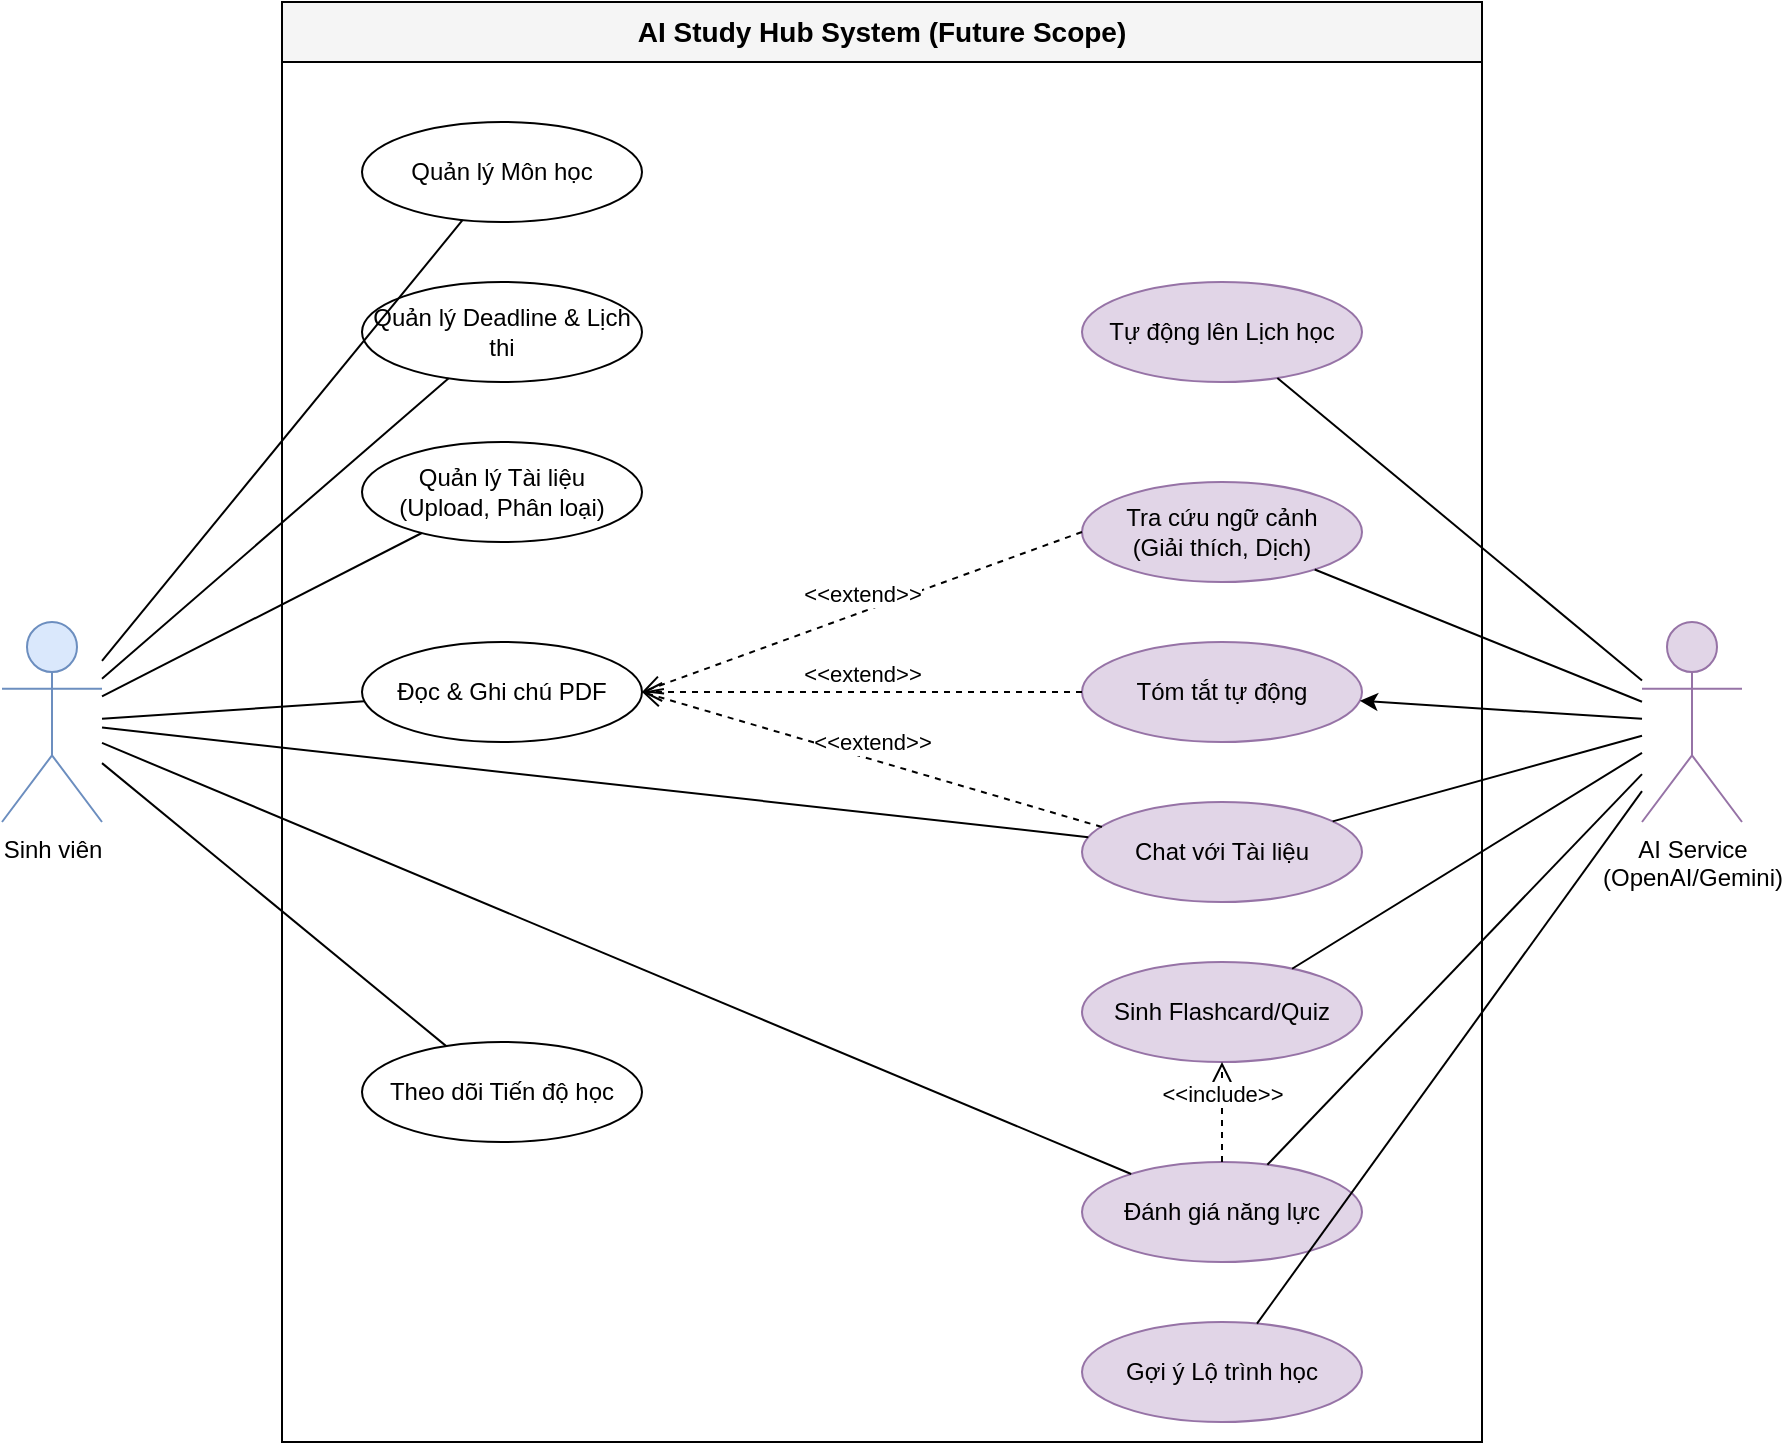
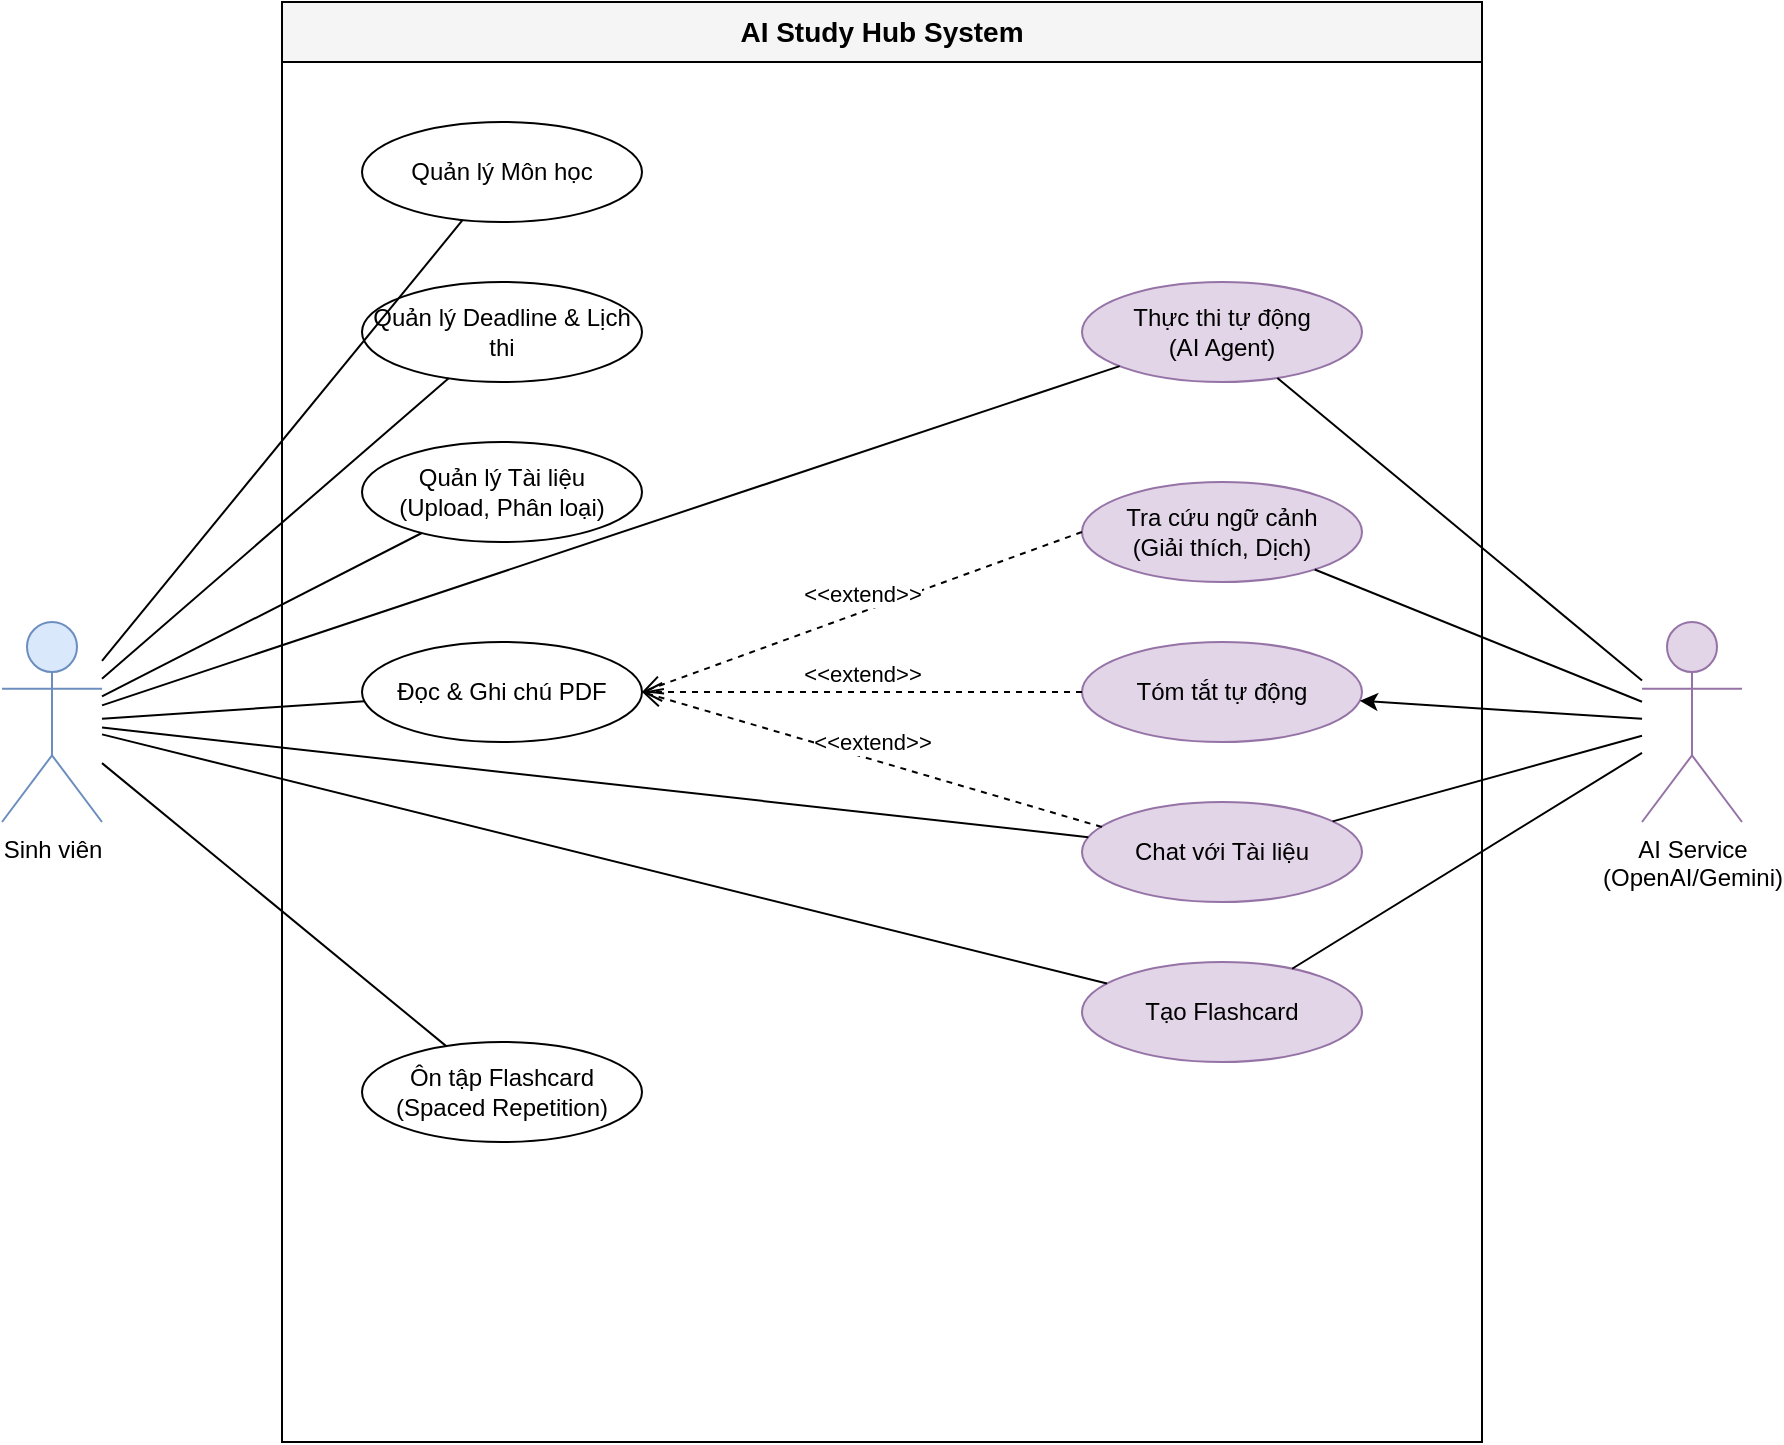
<mxfile host="Electron" agent="Mozilla/5.0 (Windows NT 10.0; Win64; x64) AppleWebKit/537.36 (KHTML, like Gecko) draw.io/29.6.6 Chrome/144.0.7559.236 Electron/40.8.4 Safari/537.36" version="29.6.6">
  <diagram id="UC_Diagram" name="Use Case Diagram">
    <mxGraphModel dx="1303" dy="783" grid="1" gridSize="10" guides="1" tooltips="1" connect="1" arrows="1" fold="1" page="1" pageScale="1" pageWidth="1169" pageHeight="827" math="0" shadow="0">
      <root>
        <mxCell id="0" />
        <mxCell id="1" parent="0" />
-         <mxCell id="system" parent="1" style="swimlane;whiteSpace=wrap;html=1;startSize=30;fillColor=#f5f5f5;fontStyle=1;fontSize=14;" value="AI Study Hub System (Future Scope)" vertex="1">
+         <mxCell id="system" parent="1" style="swimlane;whiteSpace=wrap;html=1;startSize=30;fillColor=#f5f5f5;fontStyle=1;fontSize=14;" value="AI Study Hub System" vertex="1">
          <mxGeometry height="720" width="600" x="180" y="50" as="geometry" />
        </mxCell>
        <mxCell id="uc_manage_course" parent="system" style="ellipse;whiteSpace=wrap;html=1;" value="Quản lý Môn học" vertex="1">
          <mxGeometry height="50" width="140" x="40" y="60" as="geometry" />
        </mxCell>
        <mxCell id="uc_manage_deadline" parent="system" style="ellipse;whiteSpace=wrap;html=1;" value="Quản lý Deadline &amp; Lịch thi" vertex="1">
          <mxGeometry height="50" width="140" x="40" y="140" as="geometry" />
        </mxCell>
        <mxCell id="uc_manage_doc" parent="system" style="ellipse;whiteSpace=wrap;html=1;" value="Quản lý Tài liệu&#xa;(Upload, Phân loại)" vertex="1">
          <mxGeometry height="50" width="140" x="40" y="220" as="geometry" />
        </mxCell>
        <mxCell id="uc_read_pdf" parent="system" style="ellipse;whiteSpace=wrap;html=1;" value="Đọc &amp; Ghi chú PDF" vertex="1">
          <mxGeometry height="50" width="140" x="40" y="320" as="geometry" />
        </mxCell>
-         <mxCell id="uc_track_progress" parent="system" style="ellipse;whiteSpace=wrap;html=1;" value="Theo dõi Tiến độ học" vertex="1">
+         <mxCell id="uc_track_progress" parent="system" style="ellipse;whiteSpace=wrap;html=1;" value="Ôn tập Flashcard&#xa;(Spaced Repetition)" vertex="1">
          <mxGeometry height="50" width="140" x="40" y="520" as="geometry" />
        </mxCell>
-         <mxCell id="uc_auto_schedule" parent="system" style="ellipse;whiteSpace=wrap;html=1;fillColor=#e1d5e7;strokeColor=#9673a6;" value="Tự động lên Lịch học" vertex="1">
+         <mxCell id="uc_ai_agent" parent="system" style="ellipse;whiteSpace=wrap;html=1;fillColor=#e1d5e7;strokeColor=#9673a6;" value="Thực thi tự động&#xa;(AI Agent)" vertex="1">
          <mxGeometry height="50" width="140" x="400" y="140" as="geometry" />
        </mxCell>
        <mxCell id="uc_context_lookup" parent="system" style="ellipse;whiteSpace=wrap;html=1;fillColor=#e1d5e7;strokeColor=#9673a6;" value="Tra cứu ngữ cảnh&#xa;(Giải thích, Dịch)" vertex="1">
          <mxGeometry height="50" width="140" x="400" y="240" as="geometry" />
        </mxCell>
        <mxCell id="uc_auto_summary" parent="system" style="ellipse;whiteSpace=wrap;html=1;fillColor=#e1d5e7;strokeColor=#9673a6;" value="Tóm tắt tự động" vertex="1">
          <mxGeometry height="50" width="140" x="400" y="320" as="geometry" />
        </mxCell>
        <mxCell id="uc_ai_chat" parent="system" style="ellipse;whiteSpace=wrap;html=1;fillColor=#e1d5e7;strokeColor=#9673a6;" value="Chat với Tài liệu" vertex="1">
          <mxGeometry height="50" width="140" x="400" y="400" as="geometry" />
        </mxCell>
-         <mxCell id="uc_auto_flashcard" parent="system" style="ellipse;whiteSpace=wrap;html=1;fillColor=#e1d5e7;strokeColor=#9673a6;" value="Sinh Flashcard/Quiz" vertex="1">
+         <mxCell id="uc_auto_flashcard" parent="system" style="ellipse;whiteSpace=wrap;html=1;fillColor=#e1d5e7;strokeColor=#9673a6;" value="Tạo Flashcard" vertex="1">
          <mxGeometry height="50" width="140" x="400" y="480" as="geometry" />
        </mxCell>
-         <mxCell id="uc_evaluate_knowledge" parent="system" style="ellipse;whiteSpace=wrap;html=1;fillColor=#e1d5e7;strokeColor=#9673a6;" value="Đánh giá năng lực" vertex="1">
-           <mxGeometry height="50" width="140" x="400" y="580" as="geometry" />
-         </mxCell>
-         <mxCell id="uc_learning_path" parent="system" style="ellipse;whiteSpace=wrap;html=1;fillColor=#e1d5e7;strokeColor=#9673a6;" value="Gợi ý Lộ trình học" vertex="1">
-           <mxGeometry height="50" width="140" x="400" y="660" as="geometry" />
-         </mxCell>
+ 
        <mxCell id="ext1" edge="1" parent="system" source="uc_context_lookup" style="html=1;verticalAlign=bottom;endArrow=open;dashed=1;endSize=8;exitX=0;exitY=0.5;entryX=1;entryY=0.5;" target="uc_read_pdf" value="&amp;lt;&amp;lt;extend&amp;gt;&amp;gt;">
          <mxGeometry relative="1" as="geometry" />
        </mxCell>
        <mxCell id="ext2" edge="1" parent="system" source="uc_auto_summary" style="html=1;verticalAlign=bottom;endArrow=open;dashed=1;endSize=8;exitX=0;exitY=0.5;entryX=1;entryY=0.5;" target="uc_read_pdf" value="&amp;lt;&amp;lt;extend&amp;gt;&amp;gt;">
          <mxGeometry relative="1" as="geometry" />
        </mxCell>
        <mxCell id="ext3" edge="1" parent="system" source="uc_ai_chat" style="html=1;verticalAlign=bottom;endArrow=open;dashed=1;endSize=8;exitX=0.071;exitY=0.25;entryX=1;entryY=0.5;exitDx=0;exitDy=0;exitPerimeter=0;" target="uc_read_pdf" value="&amp;lt;&amp;lt;extend&amp;gt;&amp;gt;">
          <mxGeometry relative="1" as="geometry" />
        </mxCell>
-         <mxCell id="inc1" edge="1" parent="system" source="uc_evaluate_knowledge" style="html=1;verticalAlign=bottom;endArrow=open;dashed=1;endSize=8;exitX=0.5;exitY=0;entryX=0.5;entryY=1;" target="uc_auto_flashcard" value="&amp;lt;&amp;lt;include&amp;gt;&amp;gt;">
-           <mxGeometry relative="1" as="geometry" />
-         </mxCell>
+ 
        <mxCell id="actor_student" parent="1" style="shape=umlActor;verticalLabelPosition=bottom;verticalAlign=top;html=1;outlineConnect=0;fillColor=#dae8fc;strokeColor=#6c8ebf;" value="Sinh viên" vertex="1">
          <mxGeometry height="100" width="50" x="40" y="360" as="geometry" />
        </mxCell>
        <mxCell id="actor_ai" parent="1" style="shape=umlActor;verticalLabelPosition=bottom;verticalAlign=top;html=1;outlineConnect=0;fillColor=#e1d5e7;strokeColor=#9673a6;" value="AI Service&#xa;(OpenAI/Gemini)" vertex="1">
          <mxGeometry height="100" width="50" x="860" y="360" as="geometry" />
        </mxCell>
        <mxCell id="st_to_uc1" edge="1" parent="1" source="actor_student" style="endArrow=none;html=1;" target="uc_manage_course">
          <mxGeometry relative="1" as="geometry" />
        </mxCell>
        <mxCell id="st_to_uc2" edge="1" parent="1" source="actor_student" style="endArrow=none;html=1;" target="uc_manage_deadline">
          <mxGeometry relative="1" as="geometry" />
        </mxCell>
        <mxCell id="st_to_uc3" edge="1" parent="1" source="actor_student" style="endArrow=none;html=1;" target="uc_manage_doc">
          <mxGeometry relative="1" as="geometry" />
        </mxCell>
        <mxCell id="st_to_uc4" edge="1" parent="1" source="actor_student" style="endArrow=none;html=1;" target="uc_read_pdf">
          <mxGeometry relative="1" as="geometry" />
        </mxCell>
        <mxCell id="st_to_uc5" edge="1" parent="1" source="actor_student" style="endArrow=none;html=1;" target="uc_track_progress">
          <mxGeometry relative="1" as="geometry" />
        </mxCell>
        <mxCell id="st_to_ai_chat" edge="1" parent="1" source="actor_student" style="endArrow=none;html=1;" target="uc_ai_chat">
          <mxGeometry relative="1" as="geometry" />
        </mxCell>
-         <mxCell id="st_to_eval" edge="1" parent="1" source="actor_student" style="endArrow=none;html=1;" target="uc_evaluate_knowledge">
+         <mxCell id="st_to_ai_agent" edge="1" parent="1" source="actor_student" style="endArrow=none;html=1;" target="uc_ai_agent">
          <mxGeometry relative="1" as="geometry" />
        </mxCell>
-         <mxCell id="ai_to_sched" edge="1" parent="1" source="actor_ai" style="endArrow=none;html=1;" target="uc_auto_schedule">
+         <mxCell id="st_to_flashcard" edge="1" parent="1" source="actor_student" style="endArrow=none;html=1;" target="uc_auto_flashcard">
+           <mxGeometry relative="1" as="geometry" />
+         </mxCell>
+         <mxCell id="ai_to_sched" edge="1" parent="1" source="actor_ai" style="endArrow=none;html=1;" target="uc_ai_agent">
          <mxGeometry relative="1" as="geometry" />
        </mxCell>
        <mxCell id="ai_to_lookup" edge="1" parent="1" source="actor_ai" style="endArrow=none;html=1;" target="uc_context_lookup">
          <mxGeometry relative="1" as="geometry" />
        </mxCell>
        <mxCell id="ai_to_sum" edge="1" parent="1" source="actor_ai" style="end,html=1;" target="uc_auto_summary">
          <mxGeometry relative="1" as="geometry" />
        </mxCell>
        <mxCell id="ai_to_chat" edge="1" parent="1" source="actor_ai" style="endArrow=none;html=1;" target="uc_ai_chat">
          <mxGeometry relative="1" as="geometry" />
        </mxCell>
        <mxCell id="ai_to_flash" edge="1" parent="1" source="actor_ai" style="endArrow=none;html=1;" target="uc_auto_flashcard">
          <mxGeometry relative="1" as="geometry" />
        </mxCell>
-         <mxCell id="ai_to_eval" edge="1" parent="1" source="actor_ai" style="endArrow=none;html=1;" target="uc_evaluate_knowledge">
-           <mxGeometry relative="1" as="geometry" />
-         </mxCell>
-         <mxCell id="ai_to_path" edge="1" parent="1" source="actor_ai" style="endArrow=none;html=1;" target="uc_learning_path">
-           <mxGeometry relative="1" as="geometry" />
-         </mxCell>
      </root>
    </mxGraphModel>
  </diagram>
</mxfile>
